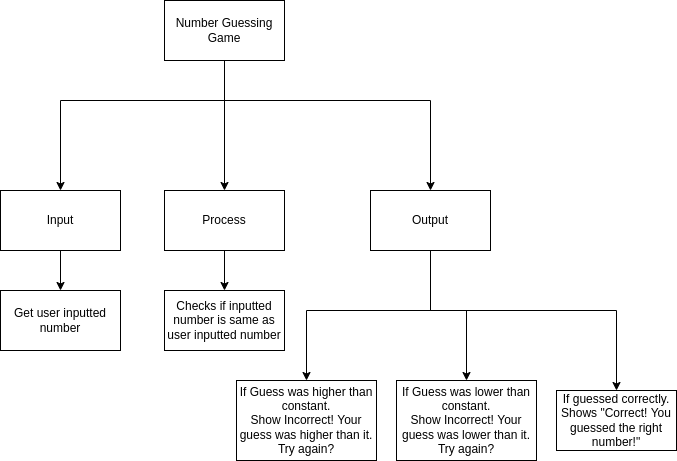
This is Number Guessing (Top-Down).png from Dahrio-Francois/ICS3U-Unit3-02-Python2, a draw.io export, as it was before one commit. Source tidied: cells renumbered, new cells last; positions are measured from the earlier drawing's top-left corner, leaving out a move shared by most shapes.
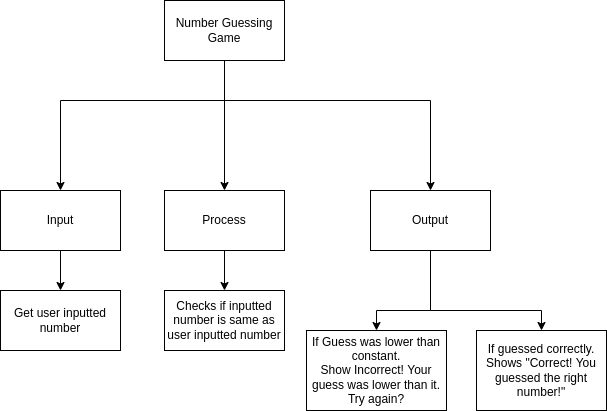
Above is the later version.

Commit message:
made changes to flowchart and top down designs

The edit, as a diff of the source:
```diff
@@ -36,19 +36,11 @@
     <mxCell id="9" value="Process" style="rounded=0;whiteSpace=wrap;html=1;" parent="1" vertex="1">
       <mxGeometry x="164" y="190" width="120" height="60" as="geometry" />
     </mxCell>
-    <mxCell id="10" style="edgeStyle=orthogonalEdgeStyle;rounded=0;html=1;exitX=0.5;exitY=1;exitDx=0;exitDy=0;fontSize=12;" parent="1" edge="1" source="13" target="17">
-      <mxGeometry relative="1" as="geometry">
-        <Array as="points">
-          <mxPoint x="430" y="310" />
-          <mxPoint x="306" y="310" />
-        </Array>
-      </mxGeometry>
-    </mxCell>
     <mxCell id="11" style="edgeStyle=orthogonalEdgeStyle;html=1;entryX=0.5;entryY=0;entryDx=0;entryDy=0;rounded=0;" parent="1" edge="1" source="13" target="18">
       <mxGeometry relative="1" as="geometry">
         <Array as="points">
           <mxPoint x="430" y="310" />
-          <mxPoint x="466" y="310" />
+          <mxPoint x="376" y="310" />
         </Array>
       </mxGeometry>
     </mxCell>
@@ -56,7 +48,7 @@
       <mxGeometry relative="1" as="geometry">
         <Array as="points">
           <mxPoint x="430" y="310" />
-          <mxPoint x="616" y="310" />
+          <mxPoint x="541" y="310" />
         </Array>
       </mxGeometry>
     </mxCell>
@@ -67,16 +59,13 @@
       <mxGeometry y="290" width="120" height="60" as="geometry" />
     </mxCell>
     <mxCell id="15" value="&lt;span style=&quot;font-size: 12px&quot;&gt;If guessed correctly. Shows &quot;Correct! You guessed the right number!&quot;&lt;/span&gt;" style="rounded=0;whiteSpace=wrap;html=1;fontFamily=Helvetica;fontSize=11;fontColor=default;" parent="1" vertex="1">
-      <mxGeometry x="556" y="390" width="120" height="60" as="geometry" />
+      <mxGeometry x="476" y="330" width="130" height="80" as="geometry" />
     </mxCell>
     <mxCell id="16" value="&lt;font style=&quot;font-size: 12px&quot;&gt;Checks if inputted number is same as user inputted number&lt;/font&gt;" style="rounded=0;whiteSpace=wrap;html=1;fontFamily=Helvetica;fontSize=11;fontColor=default;" parent="1" vertex="1">
       <mxGeometry x="164" y="290" width="120" height="60" as="geometry" />
     </mxCell>
-    <mxCell id="17" value="&lt;span style=&quot;font-size: 12px&quot;&gt;If Guess was higher than constant.&lt;br&gt;Show Incorrect! Your guess was higher than it. Try again?&lt;br&gt;&lt;/span&gt;" style="rounded=0;whiteSpace=wrap;html=1;fontFamily=Helvetica;fontSize=11;fontColor=default;" parent="1" vertex="1">
-      <mxGeometry x="236" y="380" width="140" height="80" as="geometry" />
-    </mxCell>
     <mxCell id="18" value="If Guess was lower than constant.&lt;br&gt;Show Incorrect! Your guess was lower than it.&lt;br&gt;Try again?" style="rounded=0;whiteSpace=wrap;html=1;" parent="1" vertex="1">
-      <mxGeometry x="396" y="380" width="140" height="80" as="geometry" />
+      <mxGeometry x="306" y="330" width="140" height="80" as="geometry" />
     </mxCell>
   </root>
 </mxGraphModel>
```
